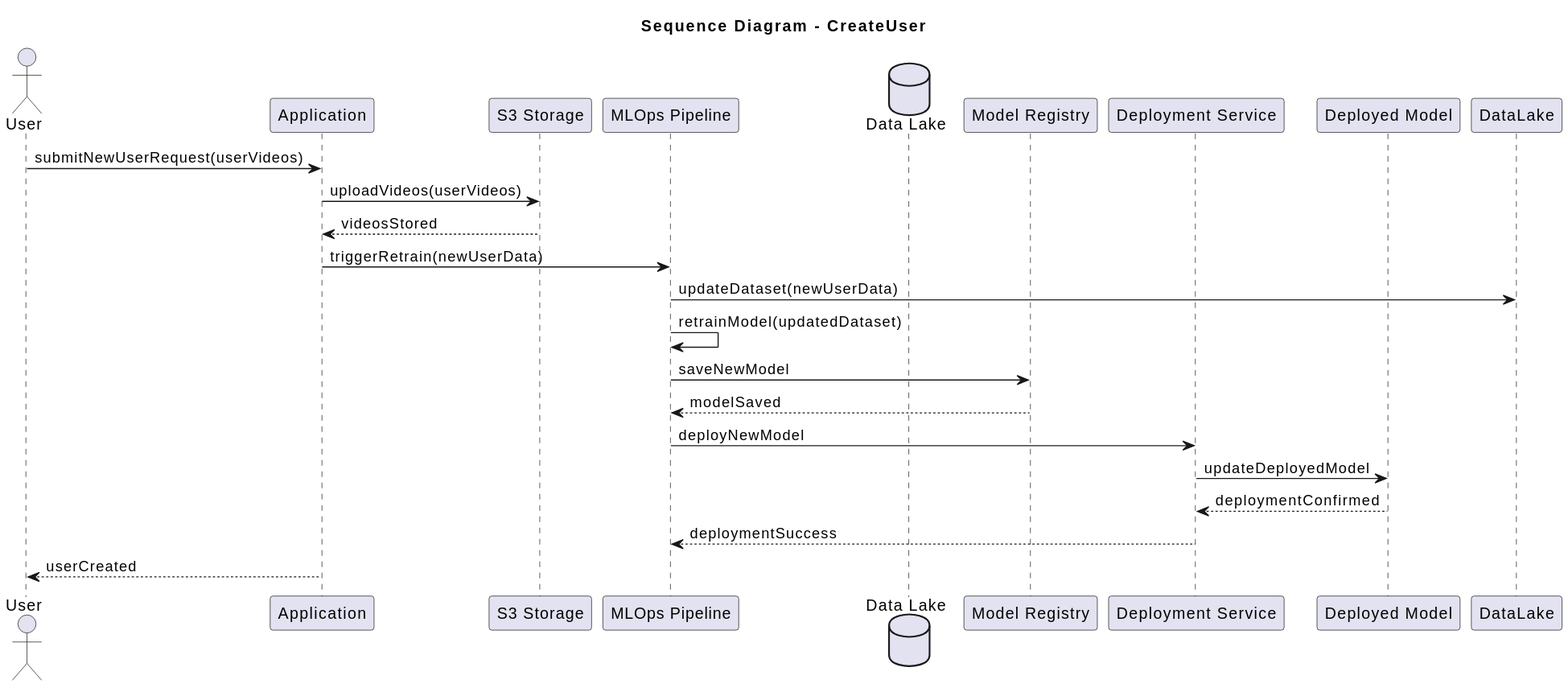
ODAncona/MachLeData_Project keeps this PlantUML diagram as project_mgmt/diagrams/createUser.svg. Above is the earlier version.
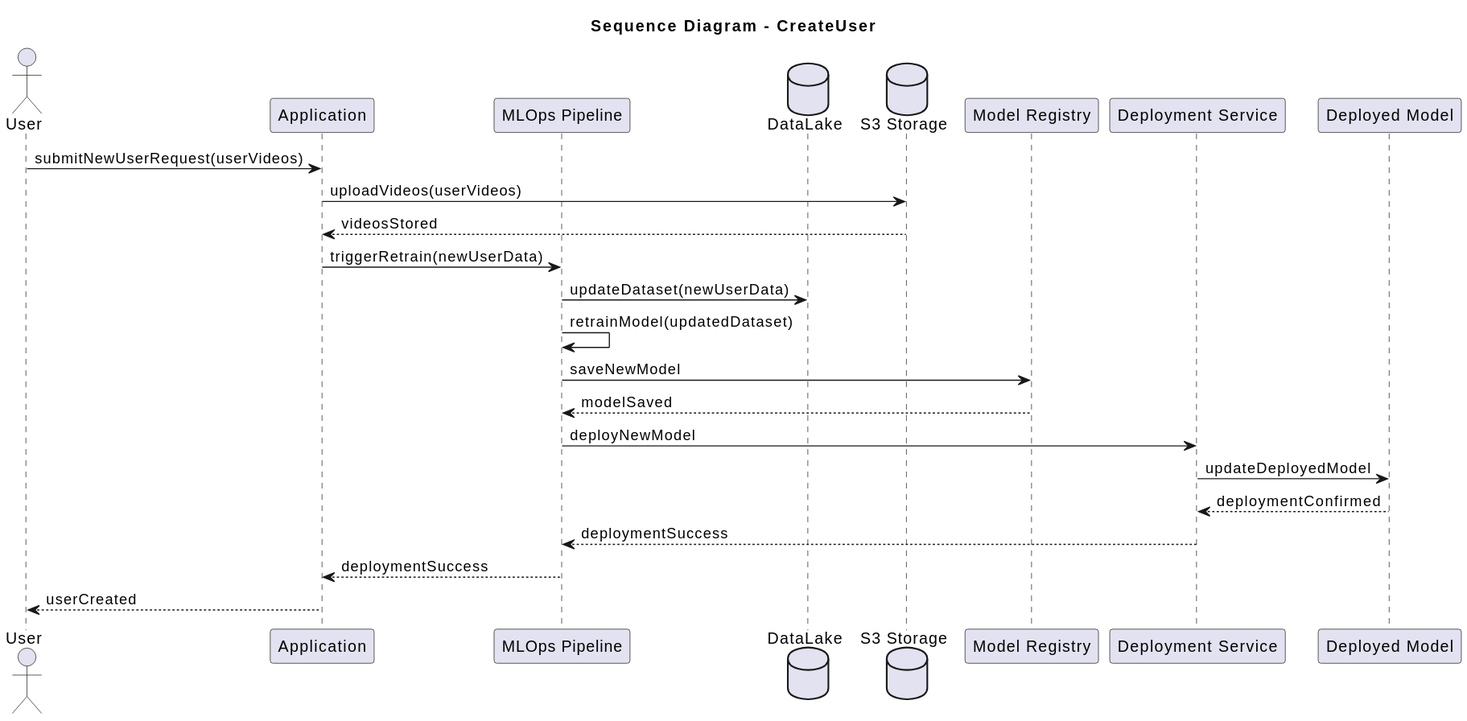
The same diagram one commit later.

The edit, as a diff of the source:
```diff
@@ -3,16 +3,16 @@
 
 actor User
 participant Application
-participant "S3 Storage" as S3Storage
 participant "MLOps Pipeline" as MLOpsPipeline
-database "Data Lake"
+database "DataLake"
+database "S3 Storage" as S3
 participant "Model Registry" as ModelRegistry
 participant "Deployment Service" as DeploymentService
 participant "Deployed Model" as Model
 
 User -> Application: submitNewUserRequest(userVideos)
-Application -> S3Storage: uploadVideos(userVideos)
-S3Storage --> Application: videosStored
+Application -> S3: uploadVideos(userVideos)
+S3 --> Application: videosStored
 Application -> MLOpsPipeline: triggerRetrain(newUserData)
 MLOpsPipeline -> DataLake: updateDataset(newUserData)
 MLOpsPipeline -> MLOpsPipeline: retrainModel(updatedDataset)
@@ -22,5 +22,6 @@
 DeploymentService -> Model: updateDeployedModel
 Model --> DeploymentService: deploymentConfirmed
 DeploymentService --> MLOpsPipeline: deploymentSuccess
+MLOpsPipeline --> Application: deploymentSuccess
 Application --> User: userCreated
 @enduml
```
